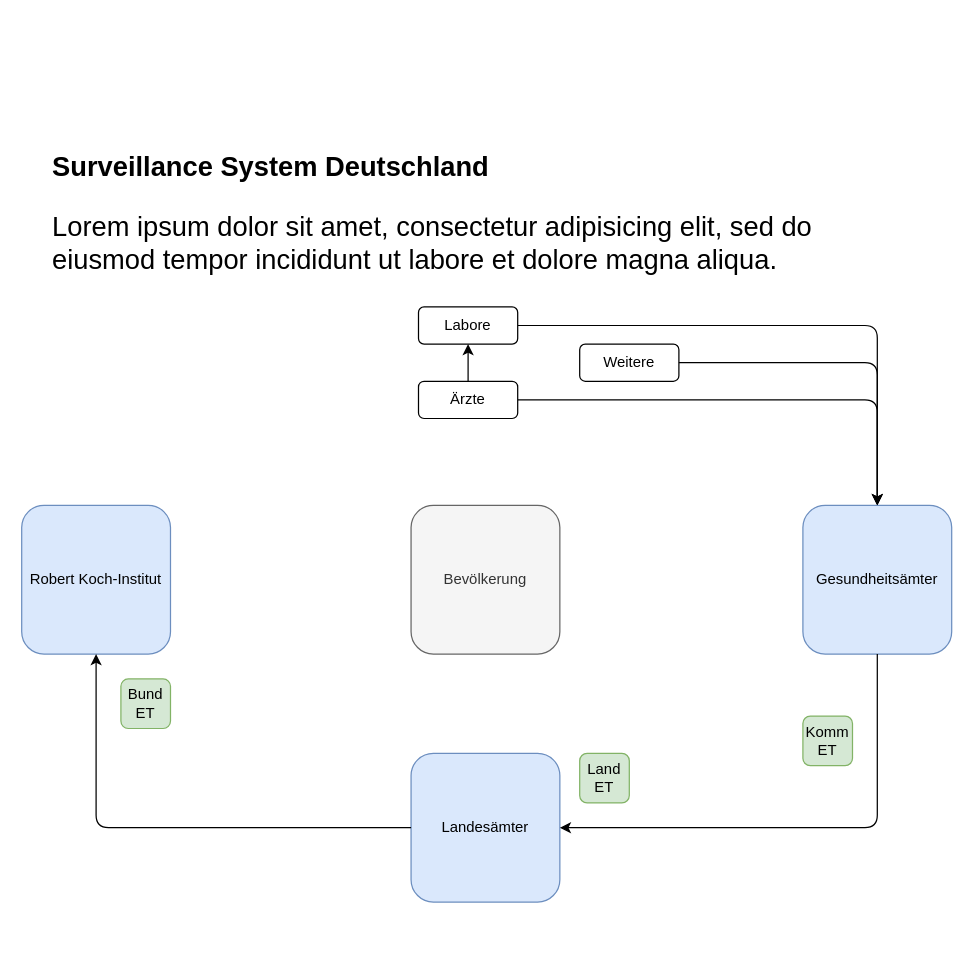
Above: drawio/Surveillance-System-Übersicht.drawio in jakobschumacher/graphs (draw.io), before the change. Source tidied: cells renumbered, new cells numbered last; positions are measured from the earlier drawing's top-left corner, leaving out a move shared by most shapes. Both pictures are drawn from the tidied source at 124%, with x=0, y=0 at pixel (21, 145).
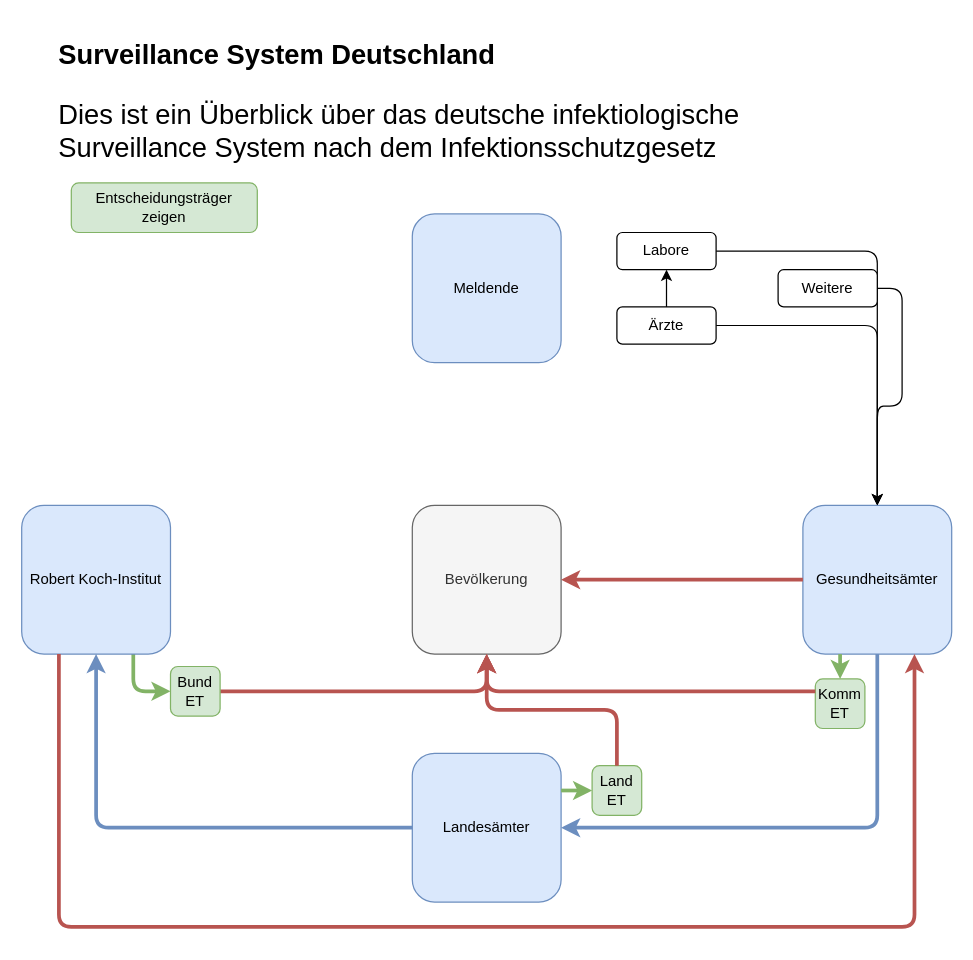
The same diagram, later.

Unchanged cells that the change refers to:
```xml
<mxCell id="7" value="Gesundheitsämter" style="rounded=1;whiteSpace=wrap;html=1;fillColor=#dae8fc;strokeColor=#6c8ebf;" parent="1" vertex="1">
  <mxGeometry x="630" y="290" width="120" height="120" as="geometry" />
</mxCell>
<mxCell id="9" value="Robert Koch-Institut" style="rounded=1;whiteSpace=wrap;html=1;fillColor=#dae8fc;strokeColor=#6c8ebf;" parent="1" vertex="1">
  <mxGeometry y="290" width="120" height="120" as="geometry" />
</mxCell>
```

Change to the diagram source:
```diff
@@
     <mxCell id="3" value="Labore" style="rounded=1;whiteSpace=wrap;html=1;" parent="1" vertex="1">
-      <mxGeometry x="320" y="130" width="80" height="30" as="geometry" />
+      <mxGeometry x="480" y="70" width="80" height="30" as="geometry" />
     </mxCell>
@@
     <mxCell id="6" value="Ärzte" style="rounded=1;whiteSpace=wrap;html=1;" parent="1" vertex="1">
-      <mxGeometry x="320" y="190" width="80" height="30" as="geometry" />
+      <mxGeometry x="480" y="130" width="80" height="30" as="geometry" />
     </mxCell>
@@
     <mxCell id="8" value="Landesämter" style="rounded=1;whiteSpace=wrap;html=1;fillColor=#dae8fc;strokeColor=#6c8ebf;" parent="1" vertex="1">
-      <mxGeometry x="314" y="490" width="120" height="120" as="geometry" />
+      <mxGeometry x="315" y="490" width="120" height="120" as="geometry" />
     </mxCell>
+    <mxCell id="19" style="edgeStyle=orthogonalEdgeStyle;rounded=1;jettySize=auto;html=1;exitX=0.75;exitY=1;exitDx=0;exitDy=0;entryX=0;entryY=0.5;entryDx=0;entryDy=0;fontSize=22;fillColor=#d5e8d4;strokeColor=#82b366;strokeWidth=3;" parent="1" edge="1" source="9" target="17">
+      <mxGeometry relative="1" as="geometry" />
+    </mxCell>
@@
-    <mxCell id="10" style="edgeStyle=orthogonalEdgeStyle;rounded=1;jettySize=auto;html=1;exitX=0.5;exitY=1;exitDx=0;exitDy=0;entryX=1;entryY=0.5;entryDx=0;entryDy=0;" parent="1" edge="1" source="7" target="8">
+    <mxCell id="10" style="edgeStyle=orthogonalEdgeStyle;rounded=1;jettySize=auto;html=1;exitX=0.5;exitY=1;exitDx=0;exitDy=0;entryX=1;entryY=0.5;entryDx=0;entryDy=0;strokeWidth=3;fillColor=#dae8fc;strokeColor=#6c8ebf;" parent="1" edge="1" source="7" target="8">
       <mxGeometry relative="1" as="geometry" />
     </mxCell>
-    <mxCell id="11" style="edgeStyle=orthogonalEdgeStyle;rounded=1;jettySize=auto;html=1;exitX=0;exitY=0.5;exitDx=0;exitDy=0;entryX=0.5;entryY=1;entryDx=0;entryDy=0;" parent="1" edge="1" source="8" target="9">
+    <mxCell id="11" style="edgeStyle=orthogonalEdgeStyle;rounded=1;jettySize=auto;html=1;exitX=0;exitY=0.5;exitDx=0;exitDy=0;entryX=0.5;entryY=1;entryDx=0;entryDy=0;fillColor=#dae8fc;strokeColor=#6c8ebf;strokeWidth=3;" parent="1" edge="1" source="8" target="9">
       <mxGeometry relative="1" as="geometry" />
     </mxCell>
     <mxCell id="12" value="Weitere " style="rounded=1;whiteSpace=wrap;html=1;" parent="1" vertex="1">
-      <mxGeometry x="450" y="160" width="80" height="30" as="geometry" />
+      <mxGeometry x="610" y="100" width="80" height="30" as="geometry" />
     </mxCell>
@@
     <mxCell id="14" value="Bevölkerung" style="rounded=1;whiteSpace=wrap;html=1;fillColor=#f5f5f5;strokeColor=#666666;fontColor=#333333;" parent="1" vertex="1">
-      <mxGeometry x="314" y="290" width="120" height="120" as="geometry" />
+      <mxGeometry x="315" y="290" width="120" height="120" as="geometry" />
     </mxCell>
     <mxCell id="15" value="&lt;div&gt;Land&lt;/div&gt;&lt;div&gt;ET&lt;br&gt;&lt;/div&gt;" style="rounded=1;whiteSpace=wrap;html=1;fillColor=#d5e8d4;strokeColor=#82b366;" parent="1" vertex="1">
-      <mxGeometry x="450" y="490" width="40" height="40" as="geometry" />
+      <mxGeometry x="460" y="500" width="40" height="40" as="geometry" />
     </mxCell>
-    <mxCell id="16" value="&lt;h1 style=&quot;font-size: 22px;&quot;&gt;Surveillance System Deutschland&lt;/h1&gt;&lt;p style=&quot;font-size: 22px;&quot;&gt;Lorem ipsum dolor sit amet, consectetur adipisicing elit, sed do eiusmod tempor incididunt ut labore et dolore magna aliqua.&lt;/p&gt;" style="text;html=1;strokeColor=none;fillColor=none;spacing=5;spacingTop=-20;whiteSpace=wrap;overflow=hidden;rounded=0;fontSize=22;" parent="1" vertex="1">
-      <mxGeometry x="20" width="670" height="180" as="geometry" />
+    <mxCell id="16" value="&lt;h1 style=&quot;font-size: 22px&quot;&gt;Surveillance System Deutschland&lt;/h1&gt;&lt;p style=&quot;font-size: 22px&quot;&gt;Dies ist ein Überblick über das deutsche infektiologische Surveillance System nach dem Infektionsschutzgesetz&lt;br&gt;&lt;/p&gt;" style="text;html=1;strokeColor=none;fillColor=none;spacing=5;spacingTop=-20;whiteSpace=wrap;overflow=hidden;rounded=0;fontSize=22;" parent="1" vertex="1">
+      <mxGeometry x="25" y="-90" width="670" height="110" as="geometry" />
     </mxCell>
+    <mxCell id="20" style="edgeStyle=orthogonalEdgeStyle;rounded=1;jettySize=auto;html=1;exitX=1;exitY=0.5;exitDx=0;exitDy=0;entryX=0.5;entryY=1;entryDx=0;entryDy=0;fontSize=22;fillColor=#f8cecc;strokeColor=#b85450;strokeWidth=3;" parent="1" edge="1" source="17" target="14">
+      <mxGeometry relative="1" as="geometry" />
+    </mxCell>
     <mxCell id="17" value="Bund&lt;br&gt;&lt;div&gt;ET&lt;br&gt;&lt;/div&gt;" style="rounded=1;whiteSpace=wrap;html=1;fillColor=#d5e8d4;strokeColor=#82b366;" parent="1" vertex="1">
-      <mxGeometry x="80" y="430" width="40" height="40" as="geometry" />
+      <mxGeometry x="120" y="420" width="40" height="40" as="geometry" />
     </mxCell>
     <mxCell id="18" value="&lt;div&gt;Komm&lt;br&gt;&lt;/div&gt;&lt;div&gt;ET&lt;br&gt;&lt;/div&gt;" style="rounded=1;whiteSpace=wrap;html=1;fillColor=#d5e8d4;strokeColor=#82b366;" parent="1" vertex="1">
-      <mxGeometry x="630" y="460" width="40" height="40" as="geometry" />
+      <mxGeometry x="640" y="430" width="40" height="40" as="geometry" />
     </mxCell>
+    <mxCell id="21" value="Meldende" style="rounded=1;whiteSpace=wrap;html=1;fillColor=#dae8fc;strokeColor=#6c8ebf;" parent="1" vertex="1">
+      <mxGeometry x="315" y="55" width="120" height="120" as="geometry" />
+    </mxCell>
+    <mxCell id="22" value="&lt;div&gt;Entscheidungsträger&lt;/div&gt;&lt;div&gt;zeigen&lt;br&gt;&lt;/div&gt;" style="rounded=1;whiteSpace=wrap;html=1;fillColor=#d5e8d4;strokeColor=#82b366;shadow=0;" parent="1" vertex="1">
+      <mxGeometry x="40" y="30" width="150" height="40" as="geometry" />
+    </mxCell>
+    <mxCell id="23" style="edgeStyle=orthogonalEdgeStyle;rounded=1;jettySize=auto;html=1;exitX=0;exitY=0.5;exitDx=0;exitDy=0;entryX=1;entryY=0.5;entryDx=0;entryDy=0;fontSize=22;fillColor=#f8cecc;strokeColor=#b85450;strokeWidth=3;" parent="1" edge="1" source="7" target="14">
+      <mxGeometry relative="1" as="geometry" />
+    </mxCell>
+    <mxCell id="24" style="edgeStyle=orthogonalEdgeStyle;rounded=1;jettySize=auto;html=1;exitX=0.5;exitY=0;exitDx=0;exitDy=0;entryX=0.5;entryY=1;entryDx=0;entryDy=0;fontSize=22;fillColor=#f8cecc;strokeColor=#b85450;strokeWidth=3;" parent="1" edge="1" source="15" target="14">
+      <mxGeometry relative="1" as="geometry" />
+    </mxCell>
+    <mxCell id="25" style="edgeStyle=orthogonalEdgeStyle;rounded=1;jettySize=auto;html=1;exitX=1;exitY=0.25;exitDx=0;exitDy=0;entryX=0;entryY=0.5;entryDx=0;entryDy=0;fontSize=22;fillColor=#d5e8d4;strokeColor=#82b366;strokeWidth=3;" parent="1" edge="1" source="8" target="15">
+      <mxGeometry relative="1" as="geometry" />
+    </mxCell>
+    <mxCell id="26" style="edgeStyle=orthogonalEdgeStyle;rounded=1;jettySize=auto;html=1;exitX=0.25;exitY=1;exitDx=0;exitDy=0;fontSize=22;fillColor=#d5e8d4;strokeColor=#82b366;strokeWidth=3;entryX=0.5;entryY=0;entryDx=0;entryDy=0;" parent="1" edge="1" source="7" target="18">
+      <mxGeometry relative="1" as="geometry" />
+    </mxCell>
+    <mxCell id="27" style="edgeStyle=orthogonalEdgeStyle;rounded=1;jettySize=auto;html=1;exitX=0;exitY=0.25;exitDx=0;exitDy=0;entryX=0.5;entryY=1;entryDx=0;entryDy=0;fontSize=22;fillColor=#f8cecc;strokeColor=#b85450;strokeWidth=3;" parent="1" edge="1" source="18" target="14">
+      <mxGeometry relative="1" as="geometry" />
+    </mxCell>
+    <mxCell id="28" style="edgeStyle=orthogonalEdgeStyle;rounded=1;jettySize=auto;html=1;exitX=0.25;exitY=1;exitDx=0;exitDy=0;entryX=0.75;entryY=1;entryDx=0;entryDy=0;fontSize=22;fillColor=#f8cecc;strokeColor=#b85450;strokeWidth=3;" parent="1" edge="1" source="9" target="7">
+      <mxGeometry relative="1" as="geometry">
+        <Array as="points">
+          <mxPoint x="30" y="630" />
+          <mxPoint x="720" y="630" />
+        </Array>
+      </mxGeometry>
+    </mxCell>
```
